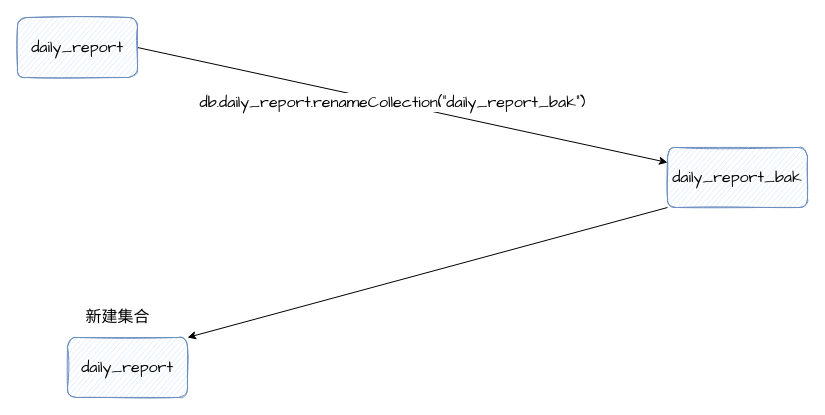
This is page "mongodb 定长表" (7 of 7) of Untitled Diagram.drawio from xiaobinqt/diagrmas, a draw.io file, before an edit. Source tidied: cells renumbered, new cells numbered last; positions are measured from the earlier drawing's top-left corner, leaving out a move shared by most shapes. Both pictures are drawn from the tidied source at 100%, with x=0, y=0 at pixel (17, 17).
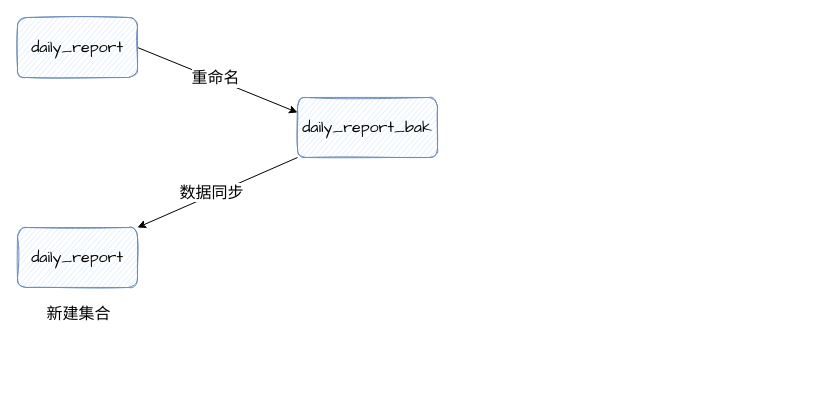
After the change.

The edit, as a diff of the source:
```diff
@@
 <mxGraphModel>
   <root>
     <mxCell id="0" />
     <mxCell id="1" parent="0" />
     <mxCell id="2" style="edgeStyle=none;rounded=0;jettySize=auto;html=1;exitX=0;exitY=1;exitDx=0;exitDy=0;entryX=1;entryY=0;entryDx=0;entryDy=0;fontFamily=Comic Sans MS;fontSize=16;" parent="1" edge="1" source="3" target="8">
       <mxGeometry relative="1" as="geometry" />
     </mxCell>
+    <mxCell id="10" value="数据同步" style="edgeLabel;html=1;align=center;verticalAlign=middle;fontSize=16;" parent="2" vertex="1">
+      <mxGeometry x="0.07" y="-3" relative="1" as="geometry" />
+    </mxCell>
     <mxCell id="3" value="daily_report_bak" style="rounded=1;whiteSpace=wrap;html=1;sketch=1;fontFamily=Comic Sans MS;fontSize=16;strokeWidth=1;fillColor=#dae8fc;strokeColor=#6c8ebf;" parent="1" vertex="1">
-      <mxGeometry x="650" y="130" width="140" height="60" as="geometry" />
+      <mxGeometry x="280" y="80" width="140" height="60" as="geometry" />
     </mxCell>
     <mxCell id="4" style="edgeStyle=none;rounded=0;jettySize=auto;html=1;exitX=1;exitY=0.5;exitDx=0;exitDy=0;entryX=0;entryY=0.25;entryDx=0;entryDy=0;fontFamily=Comic Sans MS;fontSize=16;" parent="1" edge="1" source="7" target="3">
       <mxGeometry relative="1" as="geometry" />
     </mxCell>
     <mxCell id="5" style="edgeLabel;html=1;align=center;verticalAlign=middle;fontSize=16;fontFamily=Comic Sans MS;" parent="4" vertex="1">
       <mxGeometry x="-0.04" y="1" relative="1" as="geometry" />
     </mxCell>
-    <mxCell id="6" value="db.daily_report.renameCollection(&quot;daily_report_bak&quot;)" style="edgeLabel;html=1;align=center;verticalAlign=middle;fontSize=16;fontFamily=Comic Sans MS;" parent="4" vertex="1">
+    <mxCell id="6" value="重命名" style="edgeLabel;html=1;align=center;verticalAlign=middle;fontSize=16;fontFamily=Comic Sans MS;" parent="4" vertex="1">
       <mxGeometry x="-0.04" y="1" relative="1" as="geometry" />
     </mxCell>
     <mxCell id="7" value="daily_report" style="rounded=1;whiteSpace=wrap;html=1;sketch=1;fontFamily=Comic Sans MS;fontSize=16;strokeWidth=1;fillColor=#dae8fc;strokeColor=#6c8ebf;" parent="1" vertex="1">
       <mxGeometry width="120" height="60" as="geometry" />
     </mxCell>
     <mxCell id="8" value="daily_report" style="rounded=1;whiteSpace=wrap;html=1;sketch=1;fontFamily=Comic Sans MS;fontSize=16;strokeWidth=1;fillColor=#dae8fc;strokeColor=#6c8ebf;" parent="1" vertex="1">
-      <mxGeometry x="50" y="320" width="120" height="60" as="geometry" />
+      <mxGeometry y="210" width="120" height="60" as="geometry" />
     </mxCell>
     <mxCell id="9" value="新建集合" style="text;html=1;align=center;verticalAlign=middle;strokeColor=none;fillColor=none;fontSize=16;fontFamily=Comic Sans MS;labelBorderColor=none;labelBackgroundColor=none;" parent="1" vertex="1">
-      <mxGeometry x="60" y="290" width="80" height="20" as="geometry" />
+      <mxGeometry x="21" y="287" width="80" height="20" as="geometry" />
     </mxCell>
   </root>
 </mxGraphModel>
```
